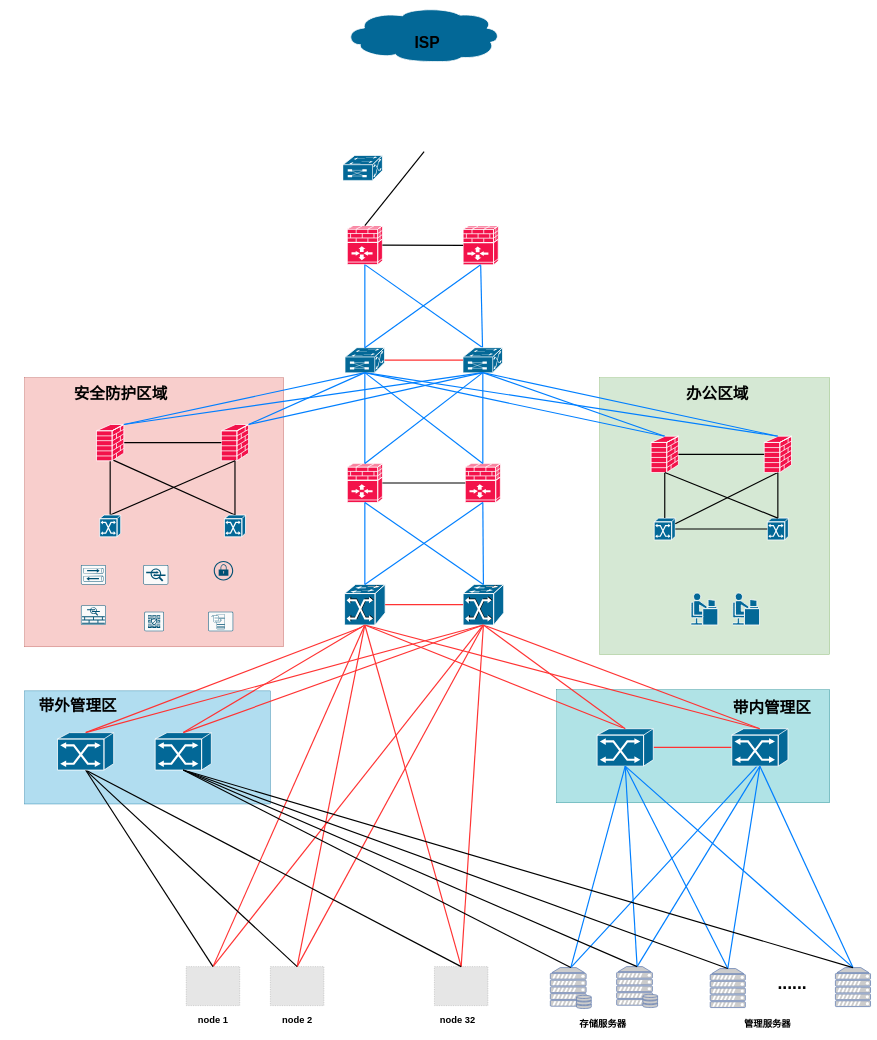
Earlier version of the draw.io diagram 数据中心组网-32nodes-整体组网.drawio (hel-2000/network-draw). Source tidied: cells renumbered, new cells numbered last; positions are measured from the earlier drawing's top-left corner, leaving out a move shared by most shapes. Both pictures are drawn from the tidied source at 39%, with x=0, y=0 at pixel (7, 7). Pictures stored in the file or linked from it are replaced by grey dashed boxes.
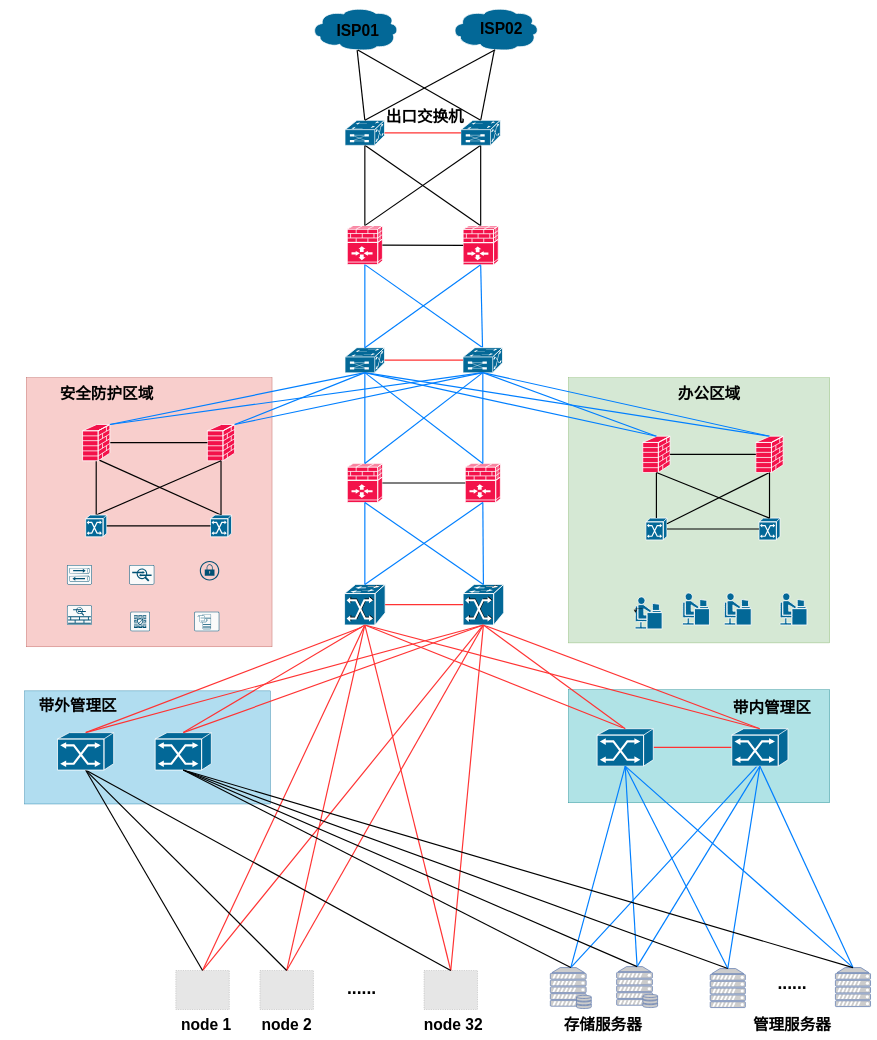
Above is the later version.

Commit message:
更新数据中心组网-32nodes-整体组网.drawio

Unchanged cells that the change refers to:
```xml
<mxCell id="13" style="shape=mxgraph.cisco.security.ios_firewall;sketch=0;html=1;dashed=0;fillColor=#f3124a;strokeColor=#ffffff;strokeWidth=2;verticalLabelPosition=bottom;verticalAlign=top;align=center;outlineConnect=0;" parent="1" vertex="1">
  <mxGeometry x="873" y="560" width="90" height="100" as="geometry" />
</mxCell>
<mxCell id="15" style="shape=mxgraph.cisco.security.ios_firewall;sketch=0;html=1;dashed=0;fillColor=#f3124a;strokeColor=#ffffff;strokeWidth=2;verticalLabelPosition=bottom;verticalAlign=top;align=center;outlineConnect=0;" parent="1" vertex="1">
  <mxGeometry x="1170" y="560.5" width="90" height="100" as="geometry" />
</mxCell>
```

Change to the diagram source:
```diff
@@
     <mxCell id="2" style="rounded=0;whiteSpace=wrap;html=1;fillColor=#b0e3e6;strokeColor=#0e8088;" parent="1" vertex="1">
-      <mxGeometry x="1410" y="1750" width="700" height="290" as="geometry" />
+      <mxGeometry x="1440" y="1750" width="670" height="290" as="geometry" />
     </mxCell>
@@
     <mxCell id="4" style="rounded=0;whiteSpace=wrap;html=1;fillColor=#d5e8d4;strokeColor=#82b366;" parent="1" vertex="1">
-      <mxGeometry x="1520" y="950" width="590" height="710" as="geometry" />
+      <mxGeometry x="1440" y="950" width="670" height="680" as="geometry" />
     </mxCell>
     <mxCell id="5" style="rounded=0;whiteSpace=wrap;html=1;fillColor=#f8cecc;strokeColor=#b85450;" parent="1" vertex="1">
-      <mxGeometry x="45.8" y="950" width="664" height="690" as="geometry" />
+      <mxGeometry x="50" y="950" width="630" height="690" as="geometry" />
     </mxCell>
     <mxCell id="6" style="shape=mxgraph.cisco.storage.cloud;sketch=0;html=1;dashed=0;fillColor=#036897;strokeColor=#ffffff;strokeWidth=2;verticalLabelPosition=bottom;verticalAlign=top;align=center;outlineConnect=0;" parent="1" vertex="1">
-      <mxGeometry x="865.5" width="400" height="140" as="geometry" />
+      <mxGeometry x="780" width="224.5" height="110" as="geometry" />
     </mxCell>
@@
+    <mxCell id="120" style="rounded=0;jettySize=auto;html=1;exitX=0.5;exitY=0;exitDx=0;exitDy=0;exitPerimeter=0;entryX=0.5;entryY=1;entryDx=0;entryDy=0;entryPerimeter=0;endArrow=none;strokeWidth=3;endFill=0;" parent="1" edge="1" source="13" target="125">
+      <mxGeometry relative="1" as="geometry" />
+    </mxCell>
@@
+    <mxCell id="121" style="rounded=0;jettySize=auto;html=1;exitX=0.5;exitY=0;exitDx=0;exitDy=0;exitPerimeter=0;entryX=0.5;entryY=1;entryDx=0;entryDy=0;entryPerimeter=0;endArrow=none;strokeWidth=3;endFill=0;" parent="1" edge="1" source="15" target="119">
+      <mxGeometry relative="1" as="geometry" />
+    </mxCell>
+    <mxCell id="122" style="rounded=0;jettySize=auto;html=1;exitX=0.5;exitY=0;exitDx=0;exitDy=0;exitPerimeter=0;endArrow=none;strokeWidth=3;endFill=0;" parent="1" edge="1" source="15" target="125">
+      <mxGeometry relative="1" as="geometry" />
+    </mxCell>
@@
     <mxCell id="16" style="shape=mxgraph.cisco.security.firewall;sketch=0;html=1;dashed=0;fillColor=#f3124a;strokeColor=#ffffff;strokeWidth=2;verticalLabelPosition=bottom;verticalAlign=top;align=center;outlineConnect=0;" parent="1" vertex="1">
-      <mxGeometry x="550" y="1070" width="70" height="93" as="geometry" />
+      <mxGeometry x="514.2" y="1070" width="70" height="93" as="geometry" />
     </mxCell>
@@
     <mxCell id="19" style="fillColor=#E6E6E6;strokeColor=#999999;dashed=1;verticalLabelPosition=bottom;verticalAlign=top;" parent="1" vertex="1">
-      <mxGeometry x="675.8" y="2460" width="137.2" height="100" as="geometry" />
+      <mxGeometry x="649" y="2470" width="137.2" height="100" as="geometry" />
     </mxCell>
@@
     <mxCell id="25" style="shape=mxgraph.cisco.people.androgenous_person;sketch=0;html=1;dashed=0;fillColor=#036897;strokeColor=#ffffff;strokeWidth=2;verticalLabelPosition=bottom;verticalAlign=top;align=center;" parent="1" vertex="1">
-      <mxGeometry x="1754" y="1502" width="69" height="82" as="geometry" />
+      <mxGeometry x="1732.6" y="1502" width="69" height="82" as="geometry" />
     </mxCell>
     <mxCell id="26" style="sketch=0;verticalLabelPosition=bottom;html=1;verticalAlign=top;align=center;shape=mxgraph.cisco19.rect;prIcon=asa_5500;fillColor=#FAFAFA;strokeColor=#005073;" parent="1" vertex="1">
-      <mxGeometry x="190" y="1534" width="64" height="50" as="geometry" />
+      <mxGeometry x="154.2" y="1534" width="64" height="50" as="geometry" />
     </mxCell>
     <mxCell id="27" style="sketch=0;verticalLabelPosition=bottom;html=1;verticalAlign=top;align=center;shape=mxgraph.cisco19.lock;fillColor=#005073;strokeColor=none;" parent="1" vertex="1">
-      <mxGeometry x="530.5" y="1420" width="50" height="50" as="geometry" />
+      <mxGeometry x="494.8" y="1420" width="50" height="50" as="geometry" />
     </mxCell>
     <mxCell id="28" style="sketch=0;verticalLabelPosition=bottom;html=1;verticalAlign=top;align=center;shape=mxgraph.cisco19.rect;prIcon=ips_ids;fillColor=#FAFAFA;strokeColor=#005073;" parent="1" vertex="1">
-      <mxGeometry x="350" y="1430" width="64" height="50" as="geometry" />
+      <mxGeometry x="314.2" y="1430" width="64" height="50" as="geometry" />
     </mxCell>
     <mxCell id="29" style="sketch=0;verticalLabelPosition=bottom;html=1;verticalAlign=top;align=center;shape=mxgraph.cisco19.rect;prIcon=vpn_concentrator;fillColor=#FAFAFA;strokeColor=#005073;" parent="1" vertex="1">
-      <mxGeometry x="190" y="1430" width="64" height="50" as="geometry" />
+      <mxGeometry x="154.2" y="1430" width="64" height="50" as="geometry" />
     </mxCell>
     <mxCell id="30" style="sketch=0;verticalLabelPosition=bottom;html=1;verticalAlign=top;align=center;shape=mxgraph.cisco19.rect;prIcon=cisco_security_manager;fillColor=#FAFAFA;strokeColor=#005073;" parent="1" vertex="1">
-      <mxGeometry x="516.5" y="1550" width="64" height="50" as="geometry" />
+      <mxGeometry x="480.8" y="1550" width="64" height="50" as="geometry" />
     </mxCell>
     <mxCell id="31" style="sketch=0;verticalLabelPosition=bottom;html=1;verticalAlign=top;align=center;shape=mxgraph.cisco19.rect;prIcon=anti_malware2;fillColor=#FAFAFA;strokeColor=#005073;" parent="1" vertex="1">
-      <mxGeometry x="352.8" y="1550" width="50" height="50" as="geometry" />
+      <mxGeometry x="317" y="1550" width="50" height="50" as="geometry" />
     </mxCell>
     <mxCell id="32" style="shape=mxgraph.cisco.switches.atm_switch;sketch=0;html=1;dashed=0;fillColor=#036897;strokeColor=#ffffff;strokeWidth=2;verticalLabelPosition=bottom;verticalAlign=top;align=center;outlineConnect=0;" parent="1" vertex="1">
-      <mxGeometry x="1660" y="1310" width="54" height="56" as="geometry" />
+      <mxGeometry x="1638.6" y="1310" width="54" height="56" as="geometry" />
     </mxCell>
     <mxCell id="33" style="shape=mxgraph.cisco.switches.atm_switch;sketch=0;html=1;dashed=0;fillColor=#036897;strokeColor=#ffffff;strokeWidth=2;verticalLabelPosition=bottom;verticalAlign=top;align=center;outlineConnect=0;" parent="1" vertex="1">
-      <mxGeometry x="1950" y="1310" width="54" height="56" as="geometry" />
+      <mxGeometry x="1928.6" y="1310" width="54" height="56" as="geometry" />
     </mxCell>
@@
     <mxCell id="36" style="shape=mxgraph.cisco.switches.atm_switch;sketch=0;html=1;dashed=0;fillColor=#036897;strokeColor=#ffffff;strokeWidth=2;verticalLabelPosition=bottom;verticalAlign=top;align=center;outlineConnect=0;" parent="1" vertex="1">
-      <mxGeometry x="238" y="1302" width="54" height="56" as="geometry" />
+      <mxGeometry x="202.2" y="1302" width="54" height="56" as="geometry" />
     </mxCell>
     <mxCell id="37" style="rounded=0;jettySize=auto;html=1;exitX=0.5;exitY=0;exitDx=0;exitDy=0;exitPerimeter=0;endArrow=none;strokeWidth=3;endFill=0;" parent="1" edge="1" source="38">
       <mxGeometry relative="1" as="geometry">
-        <mxPoint x="270" y="1160" as="targetPoint" />
+        <mxPoint x="234.2" y="1160" as="targetPoint" />
       </mxGeometry>
     </mxCell>
     <mxCell id="38" style="shape=mxgraph.cisco.switches.atm_switch;sketch=0;html=1;dashed=0;fillColor=#036897;strokeColor=#ffffff;strokeWidth=2;verticalLabelPosition=bottom;verticalAlign=top;align=center;outlineConnect=0;" parent="1" vertex="1">
-      <mxGeometry x="558" y="1302" width="54" height="56" as="geometry" />
+      <mxGeometry x="522.2" y="1302" width="54" height="56" as="geometry" />
     </mxCell>
     <mxCell id="39" style="fillColor=#E6E6E6;strokeColor=#999999;dashed=1;verticalLabelPosition=bottom;verticalAlign=top;" parent="1" vertex="1">
-      <mxGeometry x="1096.4" y="2460" width="137.2" height="100" as="geometry" />
+      <mxGeometry x="1069.7" y="2470" width="137.2" height="100" as="geometry" />
     </mxCell>
@@
     <mxCell id="46" style="shape=mxgraph.cisco.security.firewall;sketch=0;html=1;dashed=0;fillColor=#f3124a;strokeColor=#ffffff;strokeWidth=2;verticalLabelPosition=bottom;verticalAlign=top;align=center;outlineConnect=0;" parent="1" vertex="1">
-      <mxGeometry x="230" y="1070" width="70" height="93" as="geometry" />
+      <mxGeometry x="194.2" y="1070" width="70" height="93" as="geometry" />
     </mxCell>
@@
     <mxCell id="48" style="shape=mxgraph.cisco.security.firewall;sketch=0;html=1;dashed=0;fillColor=#f3124a;strokeColor=#ffffff;strokeWidth=2;verticalLabelPosition=bottom;verticalAlign=top;align=center;outlineConnect=0;" parent="1" vertex="1">
-      <mxGeometry x="1652" y="1100" width="70" height="93" as="geometry" />
+      <mxGeometry x="1630.6" y="1100" width="70" height="93" as="geometry" />
     </mxCell>
@@
     <mxCell id="50" style="shape=mxgraph.cisco.security.firewall;sketch=0;html=1;dashed=0;fillColor=#f3124a;strokeColor=#ffffff;strokeWidth=2;verticalLabelPosition=bottom;verticalAlign=top;align=center;outlineConnect=0;" parent="1" vertex="1">
-      <mxGeometry x="1942" y="1100" width="70" height="93" as="geometry" />
+      <mxGeometry x="1920.6" y="1100" width="70" height="93" as="geometry" />
     </mxCell>
     <mxCell id="51" style="shape=mxgraph.cisco.people.androgenous_person;sketch=0;html=1;dashed=0;fillColor=#036897;strokeColor=#ffffff;strokeWidth=2;verticalLabelPosition=bottom;verticalAlign=top;align=center;" parent="1" vertex="1">
-      <mxGeometry x="1861" y="1502" width="69" height="82" as="geometry" />
+      <mxGeometry x="1839.6" y="1502" width="69" height="82" as="geometry" />
     </mxCell>
@@
-    <mxCell id="67" style="rounded=0;jettySize=auto;html=1;entryX=0.5;entryY=0;entryDx=0;entryDy=0;entryPerimeter=0;endArrow=none;strokeWidth=3;endFill=0;" parent="1" edge="1" target="13">
-      <mxGeometry relative="1" as="geometry">
-        <mxPoint x="1070" y="370" as="sourcePoint" />
-      </mxGeometry>
+    <mxCell id="67" style="rounded=0;jettySize=auto;html=1;entryX=0.5;entryY=0;entryDx=0;entryDy=0;entryPerimeter=0;endArrow=none;strokeWidth=3;endFill=0;exitX=0.5;exitY=1;exitDx=0;exitDy=0;exitPerimeter=0;" parent="1" edge="1" source="119" target="13">
+      <mxGeometry relative="1" as="geometry" />
     </mxCell>
@@
     <mxCell id="86" style="fillColor=#E6E6E6;strokeColor=#999999;dashed=1;verticalLabelPosition=bottom;verticalAlign=top;" parent="1" vertex="1">
-      <mxGeometry x="460" y="2460" width="137.2" height="100" as="geometry" />
+      <mxGeometry x="433.3" y="2470" width="137.2" height="100" as="geometry" />
     </mxCell>
-    <mxCell id="87" value="&lt;font style=&quot;font-size: 24px;&quot;&gt;&lt;b&gt;node 1&lt;/b&gt;&lt;/font&gt;" style="text;strokeColor=none;align=center;fillColor=none;html=1;verticalAlign=middle;whiteSpace=wrap;rounded=0;" parent="1" vertex="1">
-      <mxGeometry x="476.7" y="2577.5" width="103.8" height="40" as="geometry" />
+    <mxCell id="87" value="&lt;font size=&quot;1&quot; style=&quot;&quot;&gt;&lt;b style=&quot;font-size: 40px;&quot;&gt;node 1&lt;/b&gt;&lt;/font&gt;" style="text;strokeColor=none;align=center;fillColor=none;html=1;verticalAlign=middle;whiteSpace=wrap;rounded=0;" parent="1" vertex="1">
+      <mxGeometry x="430" y="2587.5" width="163.3" height="40" as="geometry" />
     </mxCell>
-    <mxCell id="88" value="&lt;font style=&quot;font-size: 24px;&quot;&gt;&lt;b&gt;node 2&lt;/b&gt;&lt;/font&gt;" style="text;strokeColor=none;align=center;fillColor=none;html=1;verticalAlign=middle;whiteSpace=wrap;rounded=0;" parent="1" vertex="1">
-      <mxGeometry x="692.5" y="2577.5" width="103.8" height="40" as="geometry" />
+    <mxCell id="88" value="&lt;font size=&quot;1&quot; style=&quot;&quot;&gt;&lt;b style=&quot;font-size: 40px;&quot;&gt;node 2&lt;/b&gt;&lt;/font&gt;" style="text;strokeColor=none;align=center;fillColor=none;html=1;verticalAlign=middle;whiteSpace=wrap;rounded=0;" parent="1" vertex="1">
+      <mxGeometry x="633.9" y="2587.5" width="167.5" height="40" as="geometry" />
     </mxCell>
-    <mxCell id="89" value="&lt;font style=&quot;font-size: 24px;&quot;&gt;&lt;b&gt;node 32&lt;/b&gt;&lt;/font&gt;" style="text;strokeColor=none;align=center;fillColor=none;html=1;verticalAlign=middle;whiteSpace=wrap;rounded=0;" parent="1" vertex="1">
-      <mxGeometry x="1103.6" y="2577.5" width="103.8" height="40" as="geometry" />
+    <mxCell id="89" value="&lt;font size=&quot;1&quot; style=&quot;&quot;&gt;&lt;b style=&quot;font-size: 40px;&quot;&gt;node 32&lt;/b&gt;&lt;/font&gt;" style="text;strokeColor=none;align=center;fillColor=none;html=1;verticalAlign=middle;whiteSpace=wrap;rounded=0;" parent="1" vertex="1">
+      <mxGeometry x="1056.9" y="2587.5" width="176.4" height="40" as="geometry" />
     </mxCell>
-    <mxCell id="90" value="&lt;font style=&quot;font-size: 24px;&quot;&gt;&lt;b&gt;存储服务器&lt;/b&gt;&lt;/font&gt;" style="text;strokeColor=none;align=center;fillColor=none;html=1;verticalAlign=middle;whiteSpace=wrap;rounded=0;" parent="1" vertex="1">
+    <mxCell id="90" value="&lt;font size=&quot;1&quot; style=&quot;&quot;&gt;&lt;b style=&quot;font-size: 40px;&quot;&gt;存储服务器&lt;/b&gt;&lt;/font&gt;" style="text;strokeColor=none;align=center;fillColor=none;html=1;verticalAlign=middle;whiteSpace=wrap;rounded=0;" parent="1" vertex="1">
       <mxGeometry x="1423.6" y="2587.5" width="208.8" height="40" as="geometry" />
     </mxCell>
-    <mxCell id="91" value="&lt;font style=&quot;font-size: 24px;&quot;&gt;&lt;b&gt;管理服务器&lt;/b&gt;&lt;/font&gt;" style="text;strokeColor=none;align=center;fillColor=none;html=1;verticalAlign=middle;whiteSpace=wrap;rounded=0;" parent="1" vertex="1">
-      <mxGeometry x="1846.2" y="2587.5" width="208.8" height="40" as="geometry" />
+    <mxCell id="91" value="&lt;font size=&quot;1&quot; style=&quot;&quot;&gt;&lt;b style=&quot;font-size: 40px;&quot;&gt;管理服务器&lt;/b&gt;&lt;/font&gt;" style="text;strokeColor=none;align=center;fillColor=none;html=1;verticalAlign=middle;whiteSpace=wrap;rounded=0;" parent="1" vertex="1">
+      <mxGeometry x="1909.2" y="2587.5" width="208.8" height="40" as="geometry" />
     </mxCell>
@@
     <mxCell id="114" value="&lt;font size=&quot;1&quot; style=&quot;&quot;&gt;&lt;b style=&quot;font-size: 40px;&quot;&gt;安全防护区域&lt;/b&gt;&lt;/font&gt;" style="text;strokeColor=none;align=center;fillColor=none;html=1;verticalAlign=middle;whiteSpace=wrap;rounded=0;" parent="1" vertex="1">
-      <mxGeometry x="110" y="960" width="363.6" height="60" as="geometry" />
+      <mxGeometry x="74.2" y="960" width="363.6" height="60" as="geometry" />
     </mxCell>
     <mxCell id="115" value="&lt;font size=&quot;1&quot; style=&quot;&quot;&gt;&lt;b style=&quot;font-size: 40px;&quot;&gt;办公区域&lt;/b&gt;&lt;/font&gt;" style="text;strokeColor=none;align=center;fillColor=none;html=1;verticalAlign=middle;whiteSpace=wrap;rounded=0;" parent="1" vertex="1">
-      <mxGeometry x="1640.4" y="960" width="363.6" height="60" as="geometry" />
+      <mxGeometry x="1619" y="960" width="363.6" height="60" as="geometry" />
     </mxCell>
@@
-    <mxCell id="118" value="&lt;font size=&quot;1&quot; style=&quot;&quot;&gt;&lt;b style=&quot;font-size: 40px;&quot;&gt;ISP&lt;/b&gt;&lt;/font&gt;" style="text;strokeColor=none;align=center;fillColor=none;html=1;verticalAlign=middle;whiteSpace=wrap;rounded=0;" parent="1" vertex="1">
-      <mxGeometry x="896.4" y="60" width="363.6" height="60" as="geometry" />
+    <mxCell id="118" value="&lt;font size=&quot;1&quot; style=&quot;&quot;&gt;&lt;b style=&quot;font-size: 40px;&quot;&gt;ISP01&lt;/b&gt;&lt;/font&gt;" style="text;strokeColor=none;align=center;fillColor=none;html=1;verticalAlign=middle;whiteSpace=wrap;rounded=0;" parent="1" vertex="1">
+      <mxGeometry x="840" y="40" width="119.6" height="40" as="geometry" />
     </mxCell>
+    <mxCell id="123" style="rounded=0;jettySize=auto;html=1;exitX=0.5;exitY=0;exitDx=0;exitDy=0;exitPerimeter=0;endArrow=none;endFill=0;strokeWidth=3;" parent="1" edge="1" source="119" target="6">
+      <mxGeometry relative="1" as="geometry" />
+    </mxCell>
     <mxCell id="119" style="shape=mxgraph.cisco.switches.multiswitch_device;sketch=0;html=1;dashed=0;fillColor=#036897;strokeColor=#ffffff;strokeWidth=2;verticalLabelPosition=bottom;verticalAlign=top;align=center;outlineConnect=0;" parent="1" vertex="1">
-      <mxGeometry x="862" y="380" width="101" height="64" as="geometry" />
+      <mxGeometry x="867.5" y="290" width="101" height="64" as="geometry" />
     </mxCell>
+    <mxCell id="124" style="rounded=0;jettySize=auto;html=1;exitX=0.5;exitY=0;exitDx=0;exitDy=0;exitPerimeter=0;endArrow=none;strokeWidth=3;endFill=0;" parent="1" edge="1" source="125">
+      <mxGeometry relative="1" as="geometry">
+        <mxPoint x="1250" y="110" as="targetPoint" />
+      </mxGeometry>
+    </mxCell>
+    <mxCell id="125" style="shape=mxgraph.cisco.switches.multiswitch_device;sketch=0;html=1;dashed=0;fillColor=#036897;strokeColor=#ffffff;strokeWidth=2;verticalLabelPosition=bottom;verticalAlign=top;align=center;outlineConnect=0;" parent="1" vertex="1">
+      <mxGeometry x="1164.5" y="290" width="101" height="64" as="geometry" />
+    </mxCell>
+    <mxCell id="126" style="shape=mxgraph.cisco.storage.cloud;sketch=0;html=1;dashed=0;fillColor=#036897;strokeColor=#ffffff;strokeWidth=2;verticalLabelPosition=bottom;verticalAlign=top;align=center;outlineConnect=0;" parent="1" vertex="1">
+      <mxGeometry x="1140" width="224.5" height="110" as="geometry" />
+    </mxCell>
+    <mxCell id="127" value="&lt;font size=&quot;1&quot; style=&quot;&quot;&gt;&lt;b style=&quot;font-size: 40px;&quot;&gt;ISP02&lt;/b&gt;&lt;/font&gt;" style="text;strokeColor=none;align=center;fillColor=none;html=1;verticalAlign=middle;whiteSpace=wrap;rounded=0;" parent="1" vertex="1">
+      <mxGeometry x="1207.5" y="35" width="119.6" height="40" as="geometry" />
+    </mxCell>
+    <mxCell id="128" style="rounded=0;jettySize=auto;html=1;exitX=0.5;exitY=0;exitDx=0;exitDy=0;exitPerimeter=0;entryX=0.5;entryY=0.99;entryDx=0;entryDy=0;entryPerimeter=0;endArrow=none;strokeWidth=3;endFill=0;" parent="1" edge="1" source="119" target="126">
+      <mxGeometry relative="1" as="geometry" />
+    </mxCell>
+    <mxCell id="129" style="rounded=0;jettySize=auto;html=1;exitX=0.5;exitY=0;exitDx=0;exitDy=0;exitPerimeter=0;endArrow=none;strokeWidth=3;endFill=0;" parent="1" edge="1" source="125">
+      <mxGeometry relative="1" as="geometry">
+        <mxPoint x="900" y="110" as="targetPoint" />
+      </mxGeometry>
+    </mxCell>
+    <mxCell id="130" style="shape=mxgraph.cisco.people.androgenous_person;sketch=0;html=1;dashed=0;fillColor=#036897;strokeColor=#ffffff;strokeWidth=2;verticalLabelPosition=bottom;verticalAlign=top;align=center;" parent="1" vertex="1">
+      <mxGeometry x="1982.6" y="1502" width="69" height="82" as="geometry" />
+    </mxCell>
+    <mxCell id="131" style="shape=mxgraph.cisco.people.androgenous_person;sketch=0;html=1;dashed=0;fillColor=#036897;strokeColor=#ffffff;strokeWidth=2;verticalLabelPosition=bottom;verticalAlign=top;align=center;outlineConnect=0;" parent="1" vertex="1">
+      <mxGeometry x="1611.1" y="1512" width="69" height="82" as="geometry" />
+    </mxCell>
+    <mxCell id="132" style="rounded=0;jettySize=auto;html=1;exitX=1;exitY=0.5;exitDx=0;exitDy=0;exitPerimeter=0;entryX=0;entryY=0.5;entryDx=0;entryDy=0;entryPerimeter=0;endArrow=none;strokeColor=#FF3333;strokeWidth=3;endFill=0;" parent="1" edge="1" source="119" target="125">
+      <mxGeometry relative="1" as="geometry" />
+    </mxCell>
+    <mxCell id="133" style="rounded=0;jettySize=auto;html=1;exitX=1;exitY=0.5;exitDx=0;exitDy=0;exitPerimeter=0;entryX=0;entryY=0.5;entryDx=0;entryDy=0;entryPerimeter=0;endArrow=none;endFill=0;strokeWidth=3;" parent="1" edge="1" source="36" target="38">
+      <mxGeometry relative="1" as="geometry" />
+    </mxCell>
+    <mxCell id="134" value="&lt;font size=&quot;1&quot; style=&quot;&quot;&gt;&lt;b style=&quot;font-size: 40px;&quot;&gt;出口交换机&lt;/b&gt;&lt;/font&gt;" style="text;strokeColor=none;align=center;fillColor=none;html=1;verticalAlign=middle;whiteSpace=wrap;rounded=0;" parent="1" vertex="1">
+      <mxGeometry x="890" y="250" width="363.6" height="60" as="geometry" />
+    </mxCell>
+    <mxCell id="135" value="&lt;font size=&quot;1&quot; style=&quot;&quot;&gt;&lt;b style=&quot;font-size: 45px;&quot;&gt;...&lt;/b&gt;&lt;/font&gt;&lt;b style=&quot;border-color: var(--border-color); font-size: 45px;&quot;&gt;...&lt;/b&gt;" style="text;strokeColor=none;align=center;fillColor=none;html=1;verticalAlign=middle;whiteSpace=wrap;rounded=0;" parent="1" vertex="1">
+      <mxGeometry x="850" y="2500" width="120" height="30" as="geometry" />
+    </mxCell>
+    <mxCell id="136" style="edgeStyle=orthogonalEdgeStyle;rounded=0;jettySize=auto;html=1;entryX=0.01;entryY=0.5;entryDx=0;entryDy=0;entryPerimeter=0;" parent="1" edge="1" target="131">
+      <mxGeometry relative="1" as="geometry">
+        <mxPoint x="1630" y="1542" as="sourcePoint" />
+      </mxGeometry>
+    </mxCell>
```
